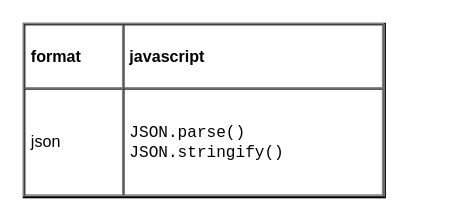
Above: page "overview" (1 of 2) of languages/common/mkl.drawio in yangdj/tf_docs (draw.io), before the change. Source tidied: cells renumbered, new cells numbered last; positions are measured from the earlier drawing's top-left corner, leaving out a move shared by most shapes. Both pictures are drawn from the tidied source at 134%, with x=0, y=0 at pixel (23, 23).
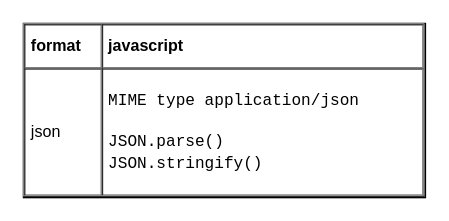
Above is the later version.

What changed in the source:
```diff
@@
 <mxGraphModel>
   <root>
     <mxCell id="0" />
     <mxCell id="1" parent="0" />
-    <mxCell id="2" value="&lt;table cellpadding=&quot;4&quot; cellspacing=&quot;0&quot; border=&quot;1&quot; style=&quot;font-size: 1em ; width: 100% ; height: 100%&quot;&gt;&lt;tbody&gt;&lt;tr&gt;&lt;th&gt;format&lt;/th&gt;&lt;th&gt;javascript&lt;br&gt;&lt;/th&gt;&lt;/tr&gt;&lt;tr&gt;&lt;td&gt;json&lt;/td&gt;&lt;td&gt;&lt;font face=&quot;Courier New&quot;&gt;JSON.parse()&lt;br&gt;JSON.stringify()&lt;/font&gt;&lt;/td&gt;&lt;/tr&gt;&lt;/tbody&gt;&lt;/table&gt; " style="verticalAlign=top;align=left;overflow=fill;fontSize=12;fontFamily=Helvetica;html=1;" parent="1" vertex="1">
-      <mxGeometry width="270" height="130" as="geometry" />
+    <mxCell id="2" value="&lt;table cellpadding=&quot;4&quot; cellspacing=&quot;0&quot; border=&quot;1&quot; style=&quot;font-size: 1em ; width: 100% ; height: 100%&quot;&gt;&lt;tbody&gt;&lt;tr&gt;&lt;th&gt;format&lt;/th&gt;&lt;th&gt;javascript&lt;br&gt;&lt;/th&gt;&lt;/tr&gt;&lt;tr&gt;&lt;td&gt;json&lt;/td&gt;&lt;td&gt;&lt;font face=&quot;Courier New&quot;&gt;MIME type&amp;nbsp;application/json&lt;br&gt;&lt;br&gt;JSON.parse()&lt;br&gt;JSON.stringify()&lt;/font&gt;&lt;/td&gt;&lt;/tr&gt;&lt;/tbody&gt;&lt;/table&gt; " style="verticalAlign=top;align=left;overflow=fill;fontSize=12;fontFamily=Helvetica;html=1;" parent="1" vertex="1">
+      <mxGeometry width="300" height="130" as="geometry" />
     </mxCell>
   </root>
 </mxGraphModel>
```
